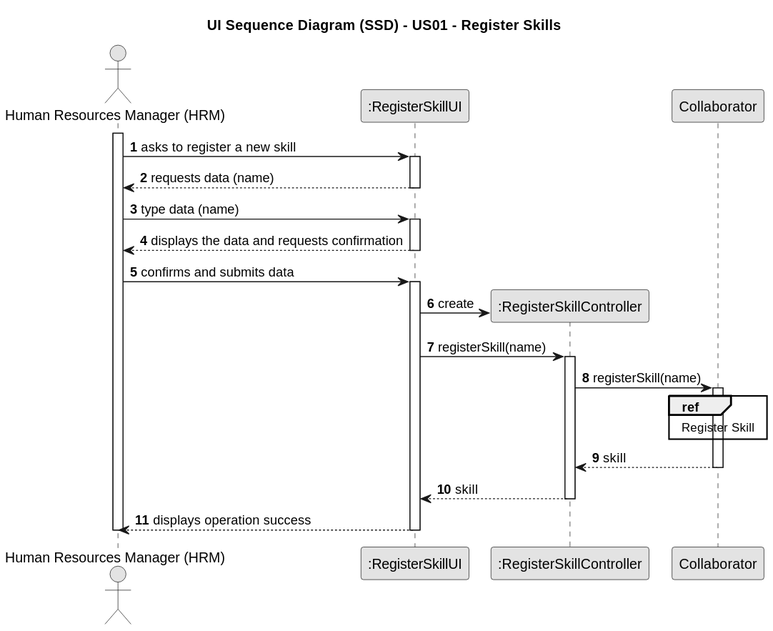
Earlier version of the PlantUML export docs/sprint2/us01/03.design/svg/us01-sequence-diagram.svg (Departamento-de-Engenharia-Informatica/lei-24-s2-1db-g022).
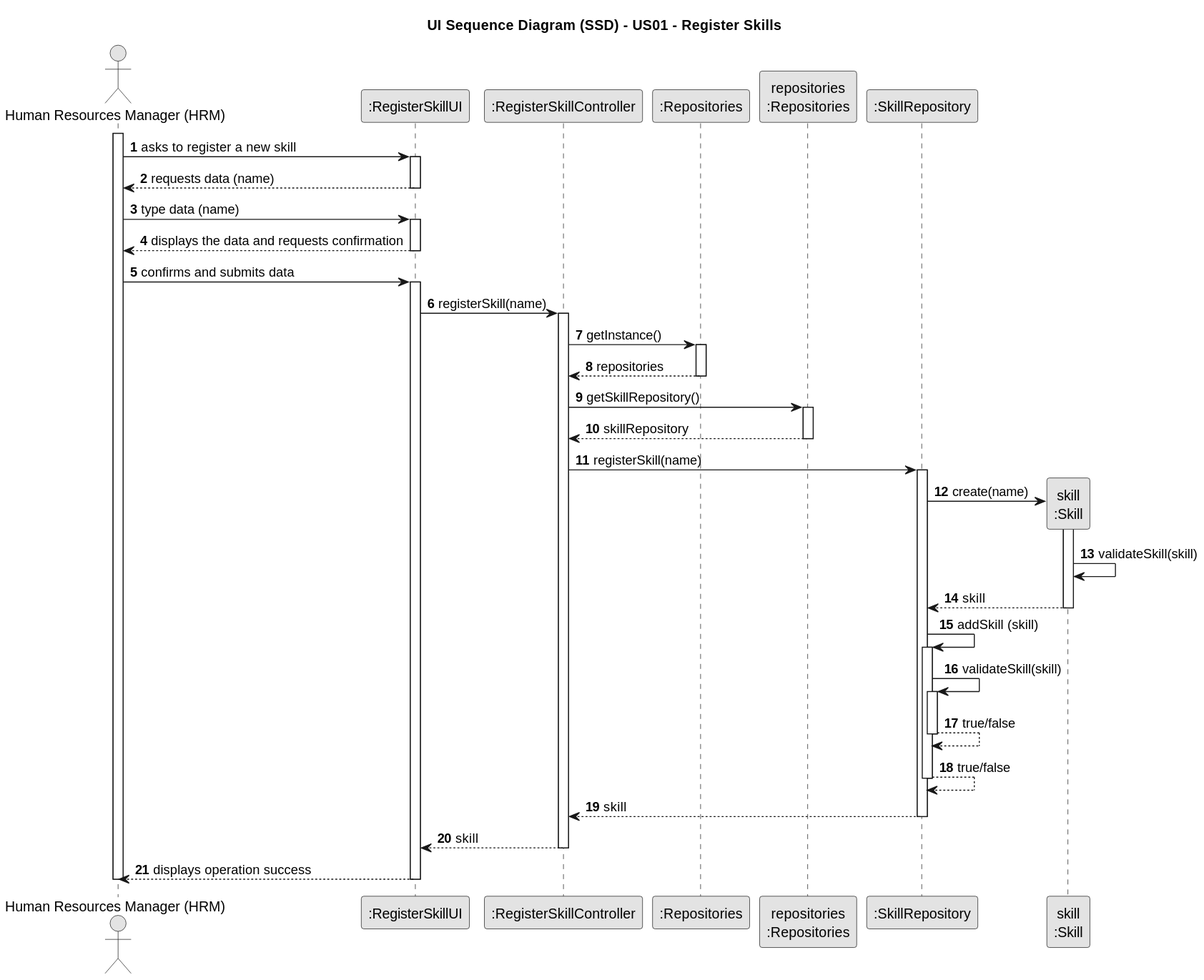
After the commit.

Commit message:
Realization the design US01. - Sequence diagram and class diagram

The edit, as a diff of the source:
```diff
@@ -10,8 +10,10 @@
 actor "Human Resources Manager (HRM)" as HRM
 participant ":RegisterSkillUI" as UI
 participant ":RegisterSkillController" as CTRL
-participant "Collaborator" as CL
-
+participant ":Repositories" as RepositorySingleton
+participant "repositories\n:Repositories" as PLAT
+participant ":SkillRepository" as SR
+participant "skill\n:Skill" as SKILL
 
 activate HRM
 
@@ -29,33 +31,54 @@
 
     deactivate UI
 
-
         HRM -> UI : confirms and submits data
 
     activate UI
 
-        UI -> CTRL** : create
          UI -> CTRL: registerSkill(name)
         activate CTRL
 
+        CTRL -> RepositorySingleton : getInstance()
 
+            activate RepositorySingleton
 
-                CTRL -> CL : registerSkill(name)
+                RepositorySingleton --> CTRL : repositories
+            deactivate RepositorySingleton
 
-            activate CL
+            CTRL -> PLAT : getSkillRepository()
+            activate PLAT
 
-                ref over CL
-                    Register Skill
-                end
+            PLAT --> CTRL: skillRepository
+            deactivate PLAT
 
-            CL --> CTRL : skill
+        CTRL -> SR : registerSkill(name)
 
-            deactivate CL
+        activate SR
 
-            CTRL --> UI: skill
-        deactivate CTRL
+            SR -> SKILL**: create(name)
+                activate SKILL
+                        SKILL -> SKILL: validateSkill(skill)
+                    SKILL --> SR : skill
+                    deactivate SKILL
+                    SR -> SR : addSkill (skill)
 
-        UI --> HRM : displays operation success
+                    activate SR
+                    SR -> SR : validateSkill(skill)
+                        activate SR
+                            SR --> SR : true/false
+                        deactivate
+                            SR --> SR : true/false
+
+deactivate SR
+
+            SR --> CTRL : skill
+
+            deactivate SR
+
+            CTRL --> UI : skill
+      deactivate CTRL
+
+      UI --> HRM : displays operation success
     deactivate UI
 deactivate HRM
 @enduml
```
